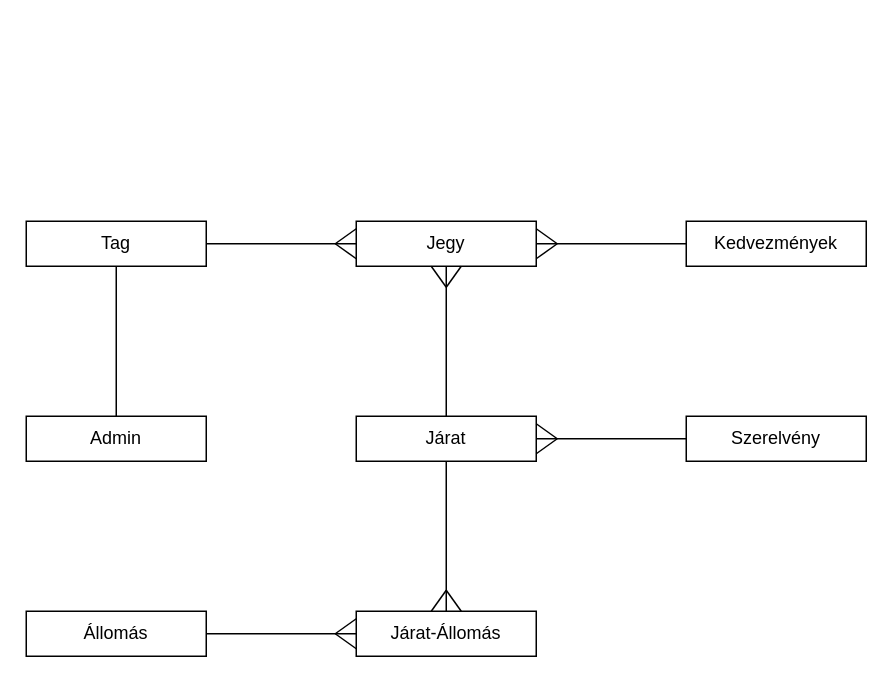
The draw.io diagram dokumentacio/Egyedmodell.drawio in RevMarci/vasutmenetrend, before the edit. Source tidied: cells renumbered, new cells numbered last; positions are measured from the earlier drawing's top-left corner, leaving out a move shared by most shapes. Both pictures are drawn from the tidied source at 150%, with x=0, y=0 at pixel (26, 220).
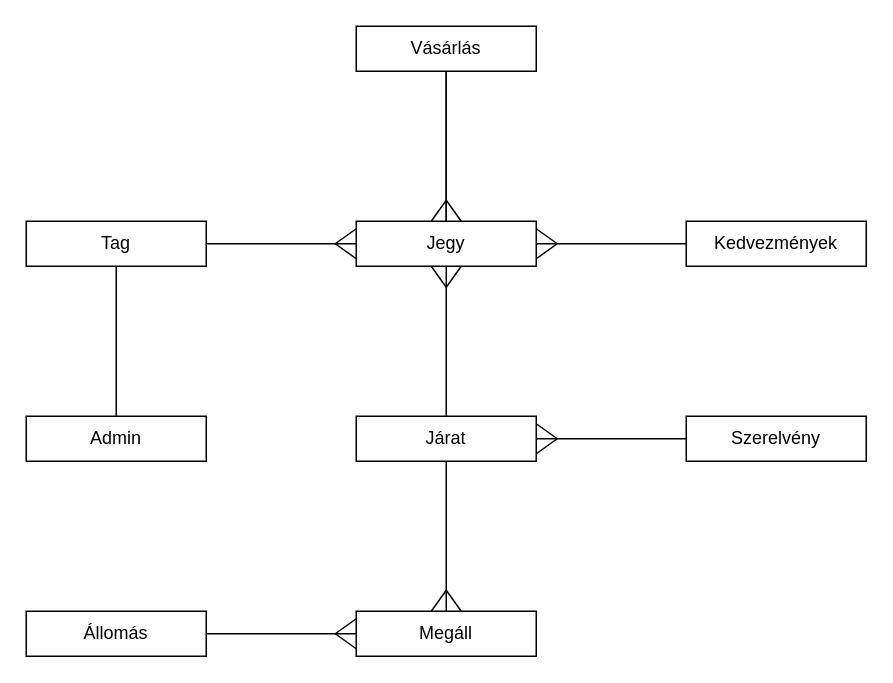
Above is the later version.

The change refers to these unchanged cells:
```xml
<mxCell id="2" value="Jegy" style="rounded=0;whiteSpace=wrap;html=1;" parent="1" vertex="1">
  <mxGeometry x="220" width="120" height="30" as="geometry" />
</mxCell>
```

Change to the diagram source:
```diff
@@
-    <mxCell id="6" value="Járat-Állomás" style="rounded=0;whiteSpace=wrap;html=1;" parent="1" vertex="1">
+    <mxCell id="6" value="Megáll" style="rounded=0;whiteSpace=wrap;html=1;" parent="1" vertex="1">
       <mxGeometry x="220" y="260" width="120" height="30" as="geometry" />
     </mxCell>
@@
+    <mxCell id="35" style="edgeStyle=orthogonalEdgeStyle;rounded=0;jettySize=auto;html=1;startArrow=none;startFill=0;endArrow=none;" parent="1" edge="1" source="36" target="2">
+      <mxGeometry relative="1" as="geometry" />
+    </mxCell>
+    <mxCell id="36" value="Vásárlás" style="rounded=0;whiteSpace=wrap;html=1;" parent="1" vertex="1">
+      <mxGeometry x="220" y="-130" width="120" height="30" as="geometry" />
+    </mxCell>
+    <mxCell id="37" style="group;rotation=-90;" parent="1" vertex="1">
+      <mxGeometry x="230" y="-60" width="100" height="20" as="geometry" />
+    </mxCell>
+    <mxCell id="38" style="endArrow=none;html=1;rounded=0;" parent="37" edge="1">
+      <mxGeometry relative="1" as="geometry">
+        <mxPoint x="50" y="60" as="sourcePoint" />
+        <mxPoint x="50" y="-40" as="targetPoint" />
+      </mxGeometry>
+    </mxCell>
+    <mxCell id="39" style="endArrow=none;html=1;rounded=0;" parent="37" edge="1">
+      <mxGeometry relative="1" as="geometry">
+        <mxPoint x="60" y="60" as="sourcePoint" />
+        <mxPoint x="50" y="46" as="targetPoint" />
+      </mxGeometry>
+    </mxCell>
+    <mxCell id="40" style="endArrow=none;html=1;rounded=0;" parent="37" edge="1">
+      <mxGeometry relative="1" as="geometry">
+        <mxPoint x="40" y="60" as="sourcePoint" />
+        <mxPoint x="50" y="46" as="targetPoint" />
+      </mxGeometry>
+    </mxCell>
```
